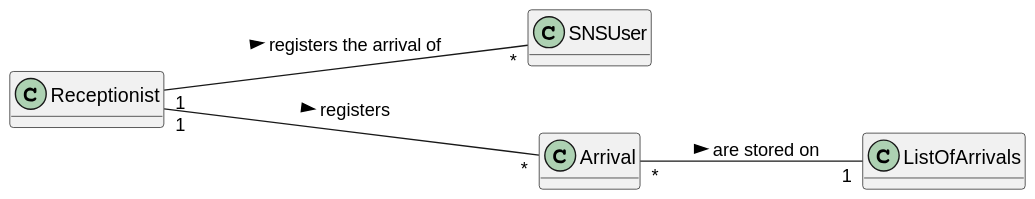
Before: docs/SprintC/US004/US004_MD.svg, a diagram exported from PlantUML (Pirussa/lei-22-s2-1da-g02).
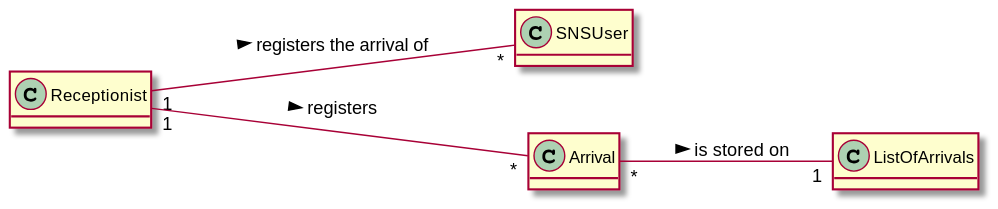
Later version of the same file.

The edit, as a diff of the source:
```diff
@@ -15,7 +15,7 @@
 
 Receptionist "1" --- "*" SNSUser : registers the arrival of >
 Receptionist "1" --- "*" Arrival : registers >
-Arrival "*" -- "1" ListOfArrivals : are stored on >
+Arrival "*" -- "1" ListOfArrivals : is stored on >
 
 
 @enduml
```
